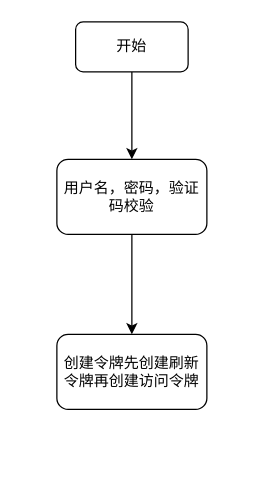
Above: login/ruoyi-vue-pro-login.drawio in meijinwu/flow-chart (draw.io), before the change. Source tidied: cells renumbered, new cells numbered last; positions are measured from the earlier drawing's top-left corner, leaving out a move shared by most shapes. Both pictures are drawn from the tidied source at 125%, with x=0, y=0 at pixel (56, 21).
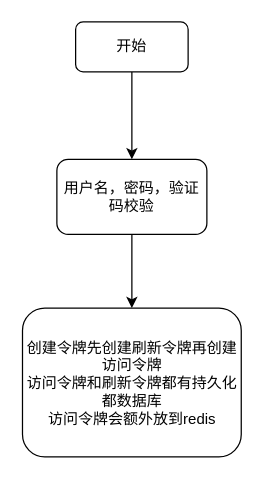
Above is the later version.

Change to the diagram source:
```diff
@@
 <mxGraphModel>
   <root>
     <mxCell id="0" />
     <mxCell id="1" parent="0" />
     <mxCell id="2" style="edgeStyle=orthogonalEdgeStyle;rounded=0;jettySize=auto;html=1;" parent="1" edge="1" source="3" target="5">
       <mxGeometry relative="1" as="geometry" />
     </mxCell>
     <mxCell id="3" value="开始" style="rounded=1;whiteSpace=wrap;html=1;" parent="1" vertex="1">
       <mxGeometry x="15" width="90" height="40" as="geometry" />
     </mxCell>
     <mxCell id="4" style="edgeStyle=orthogonalEdgeStyle;rounded=0;jettySize=auto;html=1;" parent="1" edge="1" source="5" target="6">
       <mxGeometry relative="1" as="geometry" />
     </mxCell>
     <mxCell id="5" value="用户名，密码，验证码校验" style="whiteSpace=wrap;html=1;rounded=1;" parent="1" vertex="1">
       <mxGeometry y="110" width="120" height="60" as="geometry" />
     </mxCell>
-    <mxCell id="6" value="创建令牌先创建刷新令牌再创建访问令牌" style="whiteSpace=wrap;html=1;rounded=1;" parent="1" vertex="1">
-      <mxGeometry y="250" width="120" height="60" as="geometry" />
+    <mxCell id="6" value="创建令牌先创建刷新令牌再创建访问令牌&lt;br&gt;访问令牌和刷新令牌都有持久化都数据库&lt;br&gt;访问令牌会额外放到redis" style="whiteSpace=wrap;html=1;rounded=1;" parent="1" vertex="1">
+      <mxGeometry x="-27.5" y="229" width="175" height="119" as="geometry" />
     </mxCell>
   </root>
 </mxGraphModel>
```
